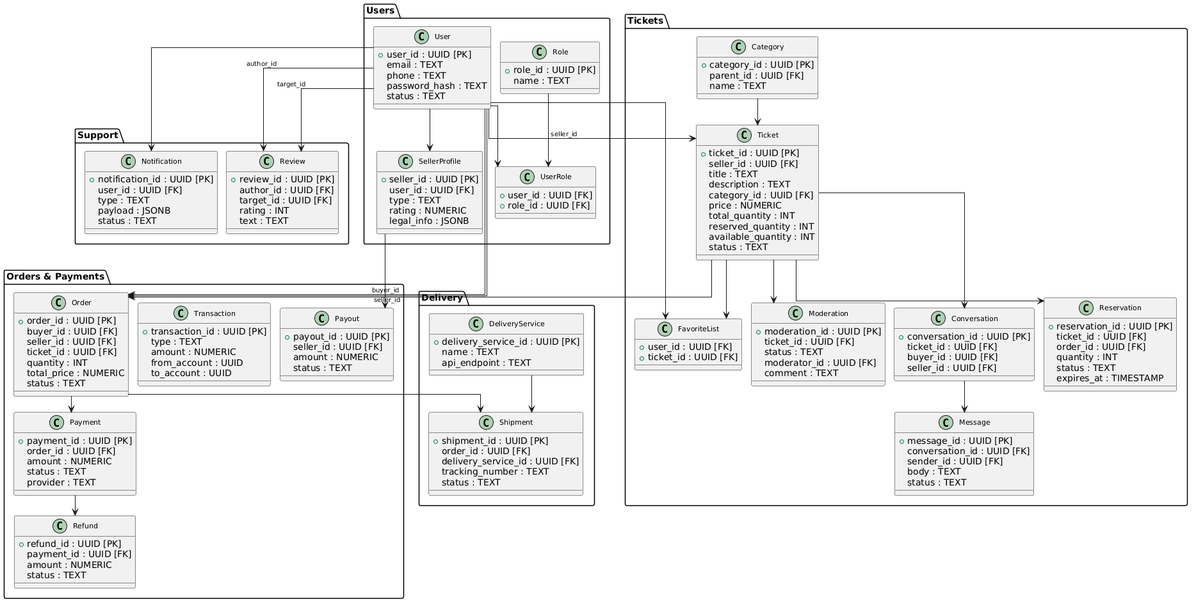
Earlier version of the PlantUML export doc/images/Data Scheme Pack.png (blackmittel/OtusSystemDesign). The source it was exported from:
```plantuml
@startuml
skinparam linetype ortho
skinparam shadowing false
skinparam nodesep 15
skinparam ranksep 25
skinparam ArrowFontSize 10
skinparam classFontSize 11

top to bottom direction

package "Users" {
    class User {
      + user_id : UUID [PK]
      email : TEXT
      phone : TEXT
      password_hash : TEXT
      status : TEXT
    }
    class Role {
      + role_id : UUID [PK]
      name : TEXT
    }
    class UserRole {
      + user_id : UUID [FK]
      + role_id : UUID [FK]
    }
    class SellerProfile {
      + seller_id : UUID [PK]
      user_id : UUID [FK]
      type : TEXT
      rating : NUMERIC
      legal_info : JSONB
    }

    User --> UserRole
    Role --> UserRole
    User --> SellerProfile
}

package "Tickets" {
    class Ticket {
      + ticket_id : UUID [PK]
      seller_id : UUID [FK]
      title : TEXT
      description : TEXT
      category_id : UUID [FK]
      price : NUMERIC
      total_quantity : INT
      reserved_quantity : INT
      available_quantity : INT
      status : TEXT
    }
    class Moderation {
      + moderation_id : UUID [PK]
      ticket_id : UUID [FK]
      status : TEXT
      moderator_id : UUID [FK]
      comment : TEXT
    }
    class Conversation {
      + conversation_id : UUID [PK]
      ticket_id : UUID [FK]
      buyer_id : UUID [FK]
      seller_id : UUID [FK]
    }
    class Message {
      + message_id : UUID [PK]
      conversation_id : UUID [FK]
      sender_id : UUID [FK]
      body : TEXT
      status : TEXT
    }
    class Reservation {
      + reservation_id : UUID [PK]
      ticket_id : UUID [FK]
      order_id : UUID [FK]
      quantity : INT
      status : TEXT
      expires_at : TIMESTAMP
    }
    class Category {
      + category_id : UUID [PK]
      parent_id : UUID [FK]
      name : TEXT
    }
    class FavoriteList {
      + user_id : UUID [FK]
      + ticket_id : UUID [FK]
    }

    User --> Ticket : seller_id
    Ticket --> Moderation
    Ticket --> Conversation
    Conversation --> Message
    Ticket --> Reservation
    Category --> Ticket
    User --> FavoriteList
    Ticket --> FavoriteList
}

package "Orders & Payments" {
    class Order {
      + order_id : UUID [PK]
      buyer_id : UUID [FK]
      seller_id : UUID [FK]
      ticket_id : UUID [FK]
      quantity : INT
      total_price : NUMERIC
      status : TEXT
    }
    class Payment {
      + payment_id : UUID [PK]
      order_id : UUID [FK]
      amount : NUMERIC
      status : TEXT
      provider : TEXT
    }
    class Transaction {
      + transaction_id : UUID [PK]
      type : TEXT
      amount : NUMERIC
      from_account : UUID
      to_account : UUID
    }
    class Payout {
      + payout_id : UUID [PK]
      seller_id : UUID [FK]
      amount : NUMERIC
      status : TEXT
    }
    class Refund {
      + refund_id : UUID [PK]
      payment_id : UUID [FK]
      amount : NUMERIC
      status : TEXT
    }

    User --> Order : buyer_id
    User --> Order : seller_id
    Ticket --> Order
    Order --> Payment
    Payment --> Refund
    SellerProfile --> Payout
}

package "Delivery" {
    class Shipment {
      + shipment_id : UUID [PK]
      order_id : UUID [FK]
      delivery_service_id : UUID [FK]
      tracking_number : TEXT
      status : TEXT
    }
    class DeliveryService {
      + delivery_service_id : UUID [PK]
      name : TEXT
      api_endpoint : TEXT
    }

    Order --> Shipment
    DeliveryService --> Shipment
}

package "Support" {
    class Notification {
      + notification_id : UUID [PK]
      user_id : UUID [FK]
      type : TEXT
      payload : JSONB
      status : TEXT
    }
    class Review {
      + review_id : UUID [PK]
      author_id : UUID [FK]
      target_id : UUID [FK]
      rating : INT
      text : TEXT
    }

    User --> Notification
    User --> Review : author_id
    User --> Review : target_id
}
@enduml
```
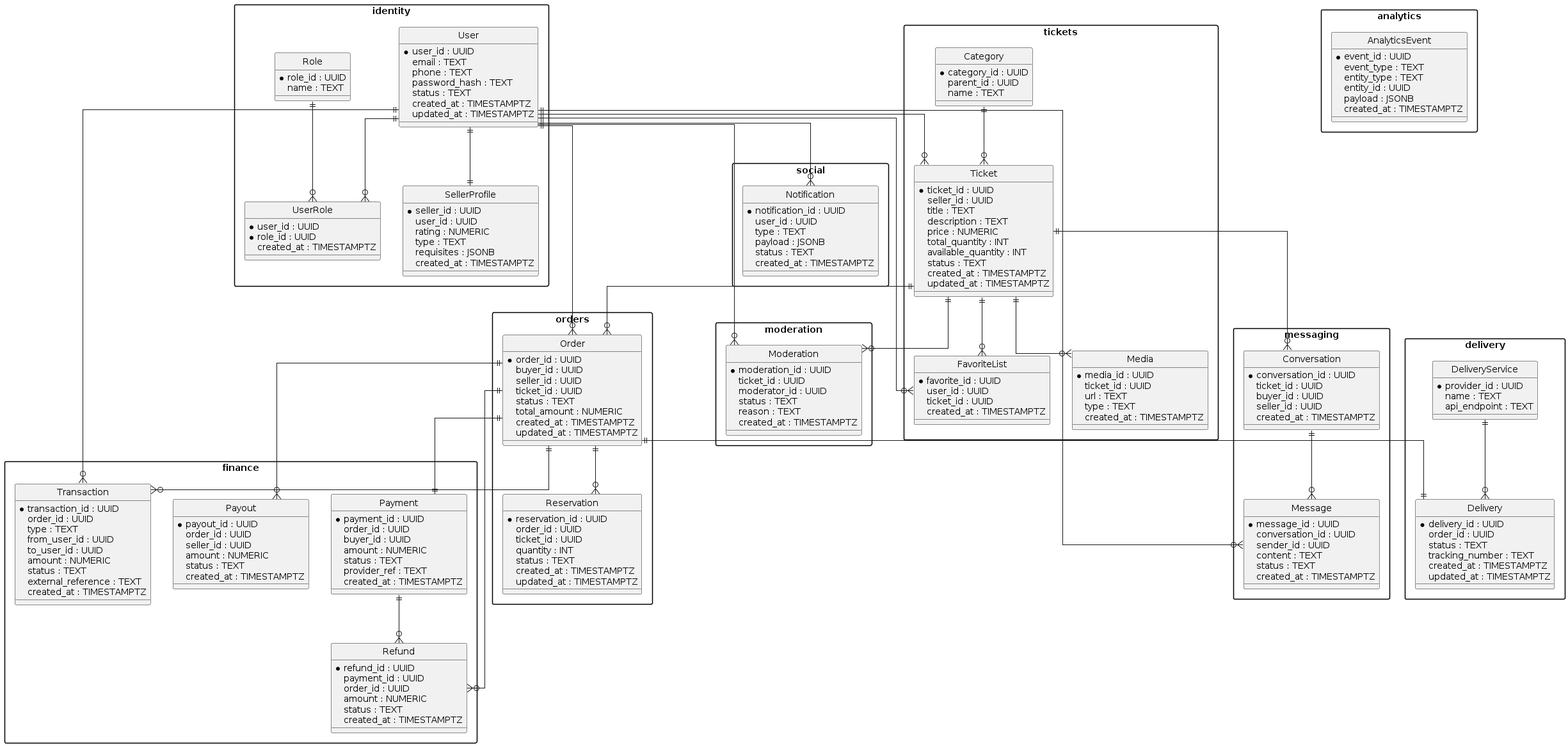
The same file after the commit.

What changed in the source:
```diff
@@ -1,184 +1,249 @@
 @startuml
+hide circle
 skinparam linetype ortho
-skinparam shadowing false
-skinparam nodesep 15
-skinparam ranksep 25
-skinparam ArrowFontSize 10
-skinparam classFontSize 11
+skinparam packageStyle rectangle
 
-top to bottom direction
+package "identity" {
 
-package "Users" {
-    class User {
-      + user_id : UUID [PK]
-      email : TEXT
-      phone : TEXT
-      password_hash : TEXT
-      status : TEXT
-    }
-    class Role {
-      + role_id : UUID [PK]
-      name : TEXT
-    }
-    class UserRole {
-      + user_id : UUID [FK]
-      + role_id : UUID [FK]
-    }
-    class SellerProfile {
-      + seller_id : UUID [PK]
-      user_id : UUID [FK]
-      type : TEXT
-      rating : NUMERIC
-      legal_info : JSONB
-    }
-
-    User --> UserRole
-    Role --> UserRole
-    User --> SellerProfile
+entity User {
+  *user_id : UUID
+  email : TEXT
+  phone : TEXT
+  password_hash : TEXT
+  status : TEXT
+  created_at : TIMESTAMPTZ
+  updated_at : TIMESTAMPTZ
 }
 
-package "Tickets" {
-    class Ticket {
-      + ticket_id : UUID [PK]
-      seller_id : UUID [FK]
-      title : TEXT
-      description : TEXT
-      category_id : UUID [FK]
-      price : NUMERIC
-      total_quantity : INT
-      reserved_quantity : INT
-      available_quantity : INT
-      status : TEXT
-    }
-    class Moderation {
-      + moderation_id : UUID [PK]
-      ticket_id : UUID [FK]
-      status : TEXT
-      moderator_id : UUID [FK]
-      comment : TEXT
-    }
-    class Conversation {
-      + conversation_id : UUID [PK]
-      ticket_id : UUID [FK]
-      buyer_id : UUID [FK]
-      seller_id : UUID [FK]
-    }
-    class Message {
-      + message_id : UUID [PK]
-      conversation_id : UUID [FK]
-      sender_id : UUID [FK]
-      body : TEXT
-      status : TEXT
-    }
-    class Reservation {
-      + reservation_id : UUID [PK]
-      ticket_id : UUID [FK]
-      order_id : UUID [FK]
-      quantity : INT
-      status : TEXT
-      expires_at : TIMESTAMP
-    }
-    class Category {
-      + category_id : UUID [PK]
-      parent_id : UUID [FK]
-      name : TEXT
-    }
-    class FavoriteList {
-      + user_id : UUID [FK]
-      + ticket_id : UUID [FK]
-    }
-
-    User --> Ticket : seller_id
-    Ticket --> Moderation
-    Ticket --> Conversation
-    Conversation --> Message
-    Ticket --> Reservation
-    Category --> Ticket
-    User --> FavoriteList
-    Ticket --> FavoriteList
+entity Role {
+  *role_id : UUID
+  name : TEXT
 }
 
-package "Orders & Payments" {
-    class Order {
-      + order_id : UUID [PK]
-      buyer_id : UUID [FK]
-      seller_id : UUID [FK]
-      ticket_id : UUID [FK]
-      quantity : INT
-      total_price : NUMERIC
-      status : TEXT
-    }
-    class Payment {
-      + payment_id : UUID [PK]
-      order_id : UUID [FK]
-      amount : NUMERIC
-      status : TEXT
-      provider : TEXT
-    }
-    class Transaction {
-      + transaction_id : UUID [PK]
-      type : TEXT
-      amount : NUMERIC
-      from_account : UUID
-      to_account : UUID
-    }
-    class Payout {
-      + payout_id : UUID [PK]
-      seller_id : UUID [FK]
-      amount : NUMERIC
-      status : TEXT
-    }
-    class Refund {
-      + refund_id : UUID [PK]
-      payment_id : UUID [FK]
-      amount : NUMERIC
-      status : TEXT
-    }
-
-    User --> Order : buyer_id
-    User --> Order : seller_id
-    Ticket --> Order
-    Order --> Payment
-    Payment --> Refund
-    SellerProfile --> Payout
+entity UserRole {
+  *user_id : UUID
+  *role_id : UUID
+  created_at : TIMESTAMPTZ
 }
 
-package "Delivery" {
-    class Shipment {
-      + shipment_id : UUID [PK]
-      order_id : UUID [FK]
-      delivery_service_id : UUID [FK]
-      tracking_number : TEXT
-      status : TEXT
-    }
-    class DeliveryService {
-      + delivery_service_id : UUID [PK]
-      name : TEXT
-      api_endpoint : TEXT
-    }
-
-    Order --> Shipment
-    DeliveryService --> Shipment
+entity SellerProfile {
+  *seller_id : UUID
+  user_id : UUID
+  rating : NUMERIC
+  type : TEXT
+  requisites : JSONB
+  created_at : TIMESTAMPTZ
 }
 
-package "Support" {
-    class Notification {
-      + notification_id : UUID [PK]
-      user_id : UUID [FK]
-      type : TEXT
-      payload : JSONB
-      status : TEXT
-    }
-    class Review {
-      + review_id : UUID [PK]
-      author_id : UUID [FK]
-      target_id : UUID [FK]
-      rating : INT
-      text : TEXT
-    }
+User ||--o{ UserRole
+Role ||--o{ UserRole
+User ||--|| SellerProfile
+}
 
-    User --> Notification
-    User --> Review : author_id
-    User --> Review : target_id
+package "tickets" {
+
+entity Ticket {
+  *ticket_id : UUID
+  seller_id : UUID
+  title : TEXT
+  description : TEXT
+  price : NUMERIC
+  total_quantity : INT
+  available_quantity : INT
+  status : TEXT
+  created_at : TIMESTAMPTZ
+  updated_at : TIMESTAMPTZ
+}
+
+entity Category {
+  *category_id : UUID
+  parent_id : UUID
+  name : TEXT
+}
+
+entity Media {
+  *media_id : UUID
+  ticket_id : UUID
+  url : TEXT
+  type : TEXT
+  created_at : TIMESTAMPTZ
+}
+
+entity FavoriteList {
+  *favorite_id : UUID
+  user_id : UUID
+  ticket_id : UUID
+  created_at : TIMESTAMPTZ
+}
+
+Ticket ||--o{ Media
+Category ||--o{ Ticket
+User ||--o{ FavoriteList
+Ticket ||--o{ FavoriteList
+User ||--o{ Ticket
+}
+
+package "messaging" {
+
+entity Conversation {
+  *conversation_id : UUID
+  ticket_id : UUID
+  buyer_id : UUID
+  seller_id : UUID
+  created_at : TIMESTAMPTZ
+}
+
+entity Message {
+  *message_id : UUID
+  conversation_id : UUID
+  sender_id : UUID
+  content : TEXT
+  status : TEXT
+  created_at : TIMESTAMPTZ
+}
+
+Ticket ||--o{ Conversation
+Conversation ||--o{ Message
+User ||--o{ Message
+}
+
+package "orders" {
+
+entity Order {
+  *order_id : UUID
+  buyer_id : UUID
+  seller_id : UUID
+  ticket_id : UUID
+  status : TEXT
+  total_amount : NUMERIC
+  created_at : TIMESTAMPTZ
+  updated_at : TIMESTAMPTZ
+}
+
+entity Reservation {
+  *reservation_id : UUID
+  order_id : UUID
+  ticket_id : UUID
+  quantity : INT
+  status : TEXT
+  created_at : TIMESTAMPTZ
+  updated_at : TIMESTAMPTZ
+}
+
+Order ||--o{ Reservation
+User ||--o{ Order
+Ticket ||--o{ Order
+}
+
+package "finance" {
+
+entity Payment {
+  *payment_id : UUID
+  order_id : UUID
+  buyer_id : UUID
+  amount : NUMERIC
+  status : TEXT
+  provider_ref : TEXT
+  created_at : TIMESTAMPTZ
+}
+
+entity Payout {
+  *payout_id : UUID
+  order_id : UUID
+  seller_id : UUID
+  amount : NUMERIC
+  status : TEXT
+  created_at : TIMESTAMPTZ
+}
+
+entity Refund {
+  *refund_id : UUID
+  payment_id : UUID
+  order_id : UUID
+  amount : NUMERIC
+  status : TEXT
+  created_at : TIMESTAMPTZ
+}
+
+entity Transaction {
+  *transaction_id : UUID
+  order_id : UUID
+  type : TEXT
+  from_user_id : UUID
+  to_user_id : UUID
+  amount : NUMERIC
+  status : TEXT
+  external_reference : TEXT
+  created_at : TIMESTAMPTZ
+}
+
+Order ||--|| Payment
+Order ||--o{ Payout
+Order ||--o{ Refund
+Order ||--o{ Transaction
+Payment ||--o{ Refund
+User ||--o{ Transaction
+}
+
+package "delivery" {
+
+entity Delivery {
+  *delivery_id : UUID
+  order_id : UUID
+  status : TEXT
+  tracking_number : TEXT
+  created_at : TIMESTAMPTZ
+  updated_at : TIMESTAMPTZ
+}
+
+entity DeliveryService {
+  *provider_id : UUID
+  name : TEXT
+  api_endpoint : TEXT
+}
+
+DeliveryService ||--o{ Delivery
+Order ||--|| Delivery
+}
+
+package "moderation" {
+
+entity Moderation {
+  *moderation_id : UUID
+  ticket_id : UUID
+  moderator_id : UUID
+  status : TEXT
+  reason : TEXT
+  created_at : TIMESTAMPTZ
+}
+
+Ticket ||--o{ Moderation
+User ||--o{ Moderation
+}
+
+package "social" {
+
+entity Notification {
+  *notification_id : UUID
+  user_id : UUID
+  type : TEXT
+  payload : JSONB
+  status : TEXT
+  created_at : TIMESTAMPTZ
+}
+
+User ||--o{ Notification
+}
+
+package "analytics" {
+
+entity AnalyticsEvent {
+  *event_id : UUID
+  event_type : TEXT
+  entity_type : TEXT
+  entity_id : UUID
+  payload : JSONB
+  created_at : TIMESTAMPTZ
+}
 }
 @enduml
```
